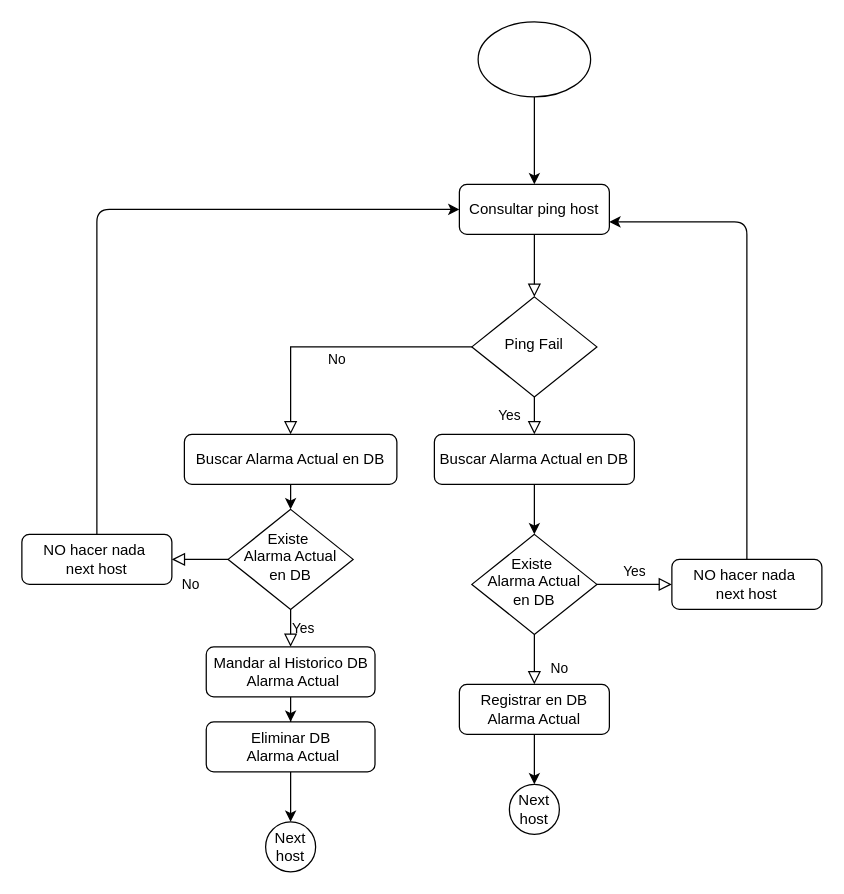
Before: Untitled Diagram.drawio in irvingce-dev/practicando-git, a draw.io diagram. Source tidied: cells renumbered, new cells numbered last; positions are measured from the earlier drawing's top-left corner, leaving out a move shared by most shapes. Both pictures are drawn from the tidied source at 125%, with x=0, y=0 at pixel (21, 21).
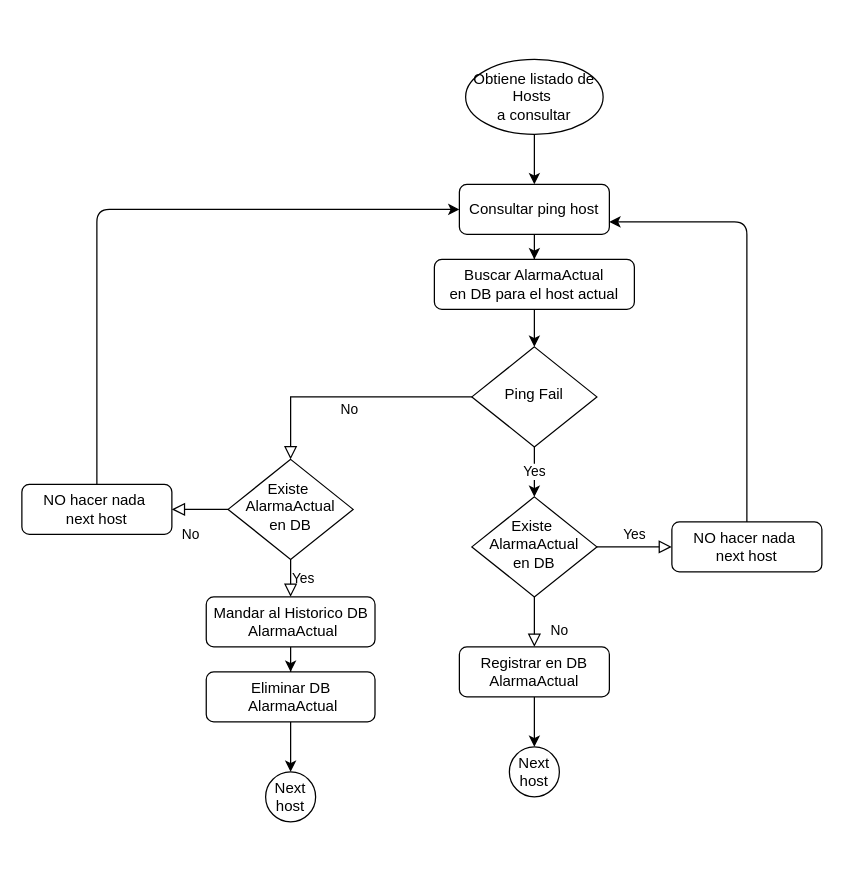
The same page after the edit.

Unchanged cells that the change refers to:
```xml
<mxCell id="3" value="Consultar ping host" style="rounded=1;whiteSpace=wrap;html=1;fontSize=12;glass=0;strokeWidth=1;shadow=0;" parent="1" vertex="1">
  <mxGeometry x="350" y="130" width="120" height="40" as="geometry" />
</mxCell>
```

The edit, as a diff of the source:
```diff
@@
-    <mxCell id="2" style="rounded=0;html=1;jettySize=auto;fontSize=11;endArrow=block;endFill=0;endSize=8;strokeWidth=1;shadow=0;labelBackgroundColor=none;edgeStyle=orthogonalEdgeStyle;" parent="1" edge="1" source="3" target="6">
-      <mxGeometry relative="1" as="geometry" />
-    </mxCell>
@@
+    <mxCell id="5" value="No" style="edgeStyle=orthogonalEdgeStyle;rounded=0;html=1;jettySize=auto;fontSize=11;endArrow=block;endFill=0;endSize=8;strokeWidth=1;shadow=0;labelBackgroundColor=none;entryX=0.5;entryY=0;entryDx=0;entryDy=0;" parent="1" edge="1" source="6" target="16">
+      <mxGeometry y="10" relative="1" as="geometry" />
+    </mxCell>
-    <mxCell id="4" value="Yes" style="rounded=0;html=1;jettySize=auto;fontSize=11;endArrow=block;endFill=0;endSize=8;strokeWidth=1;shadow=0;labelBackgroundColor=none;edgeStyle=orthogonalEdgeStyle;entryX=0.5;entryY=0;entryDx=0;entryDy=0;" parent="1" edge="1" source="6" target="13">
-      <mxGeometry y="20" relative="1" as="geometry" />
+    <mxCell id="4" value="Yes" style="edgeStyle=orthogonalEdgeStyle;rounded=0;jettySize=auto;html=1;" parent="1" edge="1" source="6" target="10">
+      <mxGeometry relative="1" as="geometry" />
     </mxCell>
-    <mxCell id="5" value="No" style="edgeStyle=orthogonalEdgeStyle;rounded=0;html=1;jettySize=auto;fontSize=11;endArrow=block;endFill=0;endSize=8;strokeWidth=1;shadow=0;labelBackgroundColor=none;entryX=0.5;entryY=0;entryDx=0;entryDy=0;" parent="1" edge="1" source="6" target="7">
-      <mxGeometry y="10" relative="1" as="geometry" />
-    </mxCell>
     <mxCell id="6" value="Ping Fail" style="rhombus;whiteSpace=wrap;html=1;shadow=0;fontFamily=Helvetica;fontSize=12;align=center;strokeWidth=1;spacing=6;spacingTop=-4;" parent="1" vertex="1">
-      <mxGeometry x="360" y="220" width="100" height="80" as="geometry" />
+      <mxGeometry x="360" y="260" width="100" height="80" as="geometry" />
     </mxCell>
-    <mxCell id="7" value="Buscar Alarma Actual en DB" style="rounded=1;whiteSpace=wrap;html=1;fontSize=12;glass=0;strokeWidth=1;shadow=0;" parent="1" vertex="1">
-      <mxGeometry x="130" y="330" width="170" height="40" as="geometry" />
-    </mxCell>
@@
-    <mxCell id="10" value="Existe&amp;nbsp;&lt;br&gt;Alarma Actual&lt;br&gt;en DB" style="rhombus;whiteSpace=wrap;html=1;shadow=0;fontFamily=Helvetica;fontSize=12;align=center;strokeWidth=1;spacing=6;spacingTop=-4;" parent="1" vertex="1">
-      <mxGeometry x="360" y="410" width="100" height="80" as="geometry" />
+    <mxCell id="10" value="Existe&amp;nbsp;&lt;br&gt;AlarmaActual&lt;br&gt;en DB" style="rhombus;whiteSpace=wrap;html=1;shadow=0;fontFamily=Helvetica;fontSize=12;align=center;strokeWidth=1;spacing=6;spacingTop=-4;" parent="1" vertex="1">
+      <mxGeometry x="360" y="380" width="100" height="80" as="geometry" />
     </mxCell>
-    <mxCell id="11" value="Registrar en DB Alarma Actual" style="rounded=1;whiteSpace=wrap;html=1;fontSize=12;glass=0;strokeWidth=1;shadow=0;" parent="1" vertex="1">
-      <mxGeometry x="350" y="530" width="120" height="40" as="geometry" />
+    <mxCell id="11" value="Registrar en DB AlarmaActual" style="rounded=1;whiteSpace=wrap;html=1;fontSize=12;glass=0;strokeWidth=1;shadow=0;" parent="1" vertex="1">
+      <mxGeometry x="350" y="500" width="120" height="40" as="geometry" />
     </mxCell>
     <mxCell id="12" value="NO hacer nada&amp;nbsp;&lt;br&gt;next host" style="rounded=1;whiteSpace=wrap;html=1;fontSize=12;glass=0;strokeWidth=1;shadow=0;" parent="1" vertex="1">
-      <mxGeometry x="520" y="430" width="120" height="40" as="geometry" />
+      <mxGeometry x="520" y="400" width="120" height="40" as="geometry" />
     </mxCell>
+    <mxCell id="31" style="edgeStyle=orthogonalEdgeStyle;rounded=0;jettySize=auto;html=1;" parent="1" edge="1" source="3" target="13">
+      <mxGeometry relative="1" as="geometry" />
+    </mxCell>
+    <mxCell id="32" style="edgeStyle=orthogonalEdgeStyle;rounded=0;jettySize=auto;html=1;" parent="1" edge="1" source="13" target="6">
+      <mxGeometry relative="1" as="geometry" />
+    </mxCell>
-    <mxCell id="13" value="Buscar Alarma Actual en DB" style="rounded=1;whiteSpace=wrap;html=1;fontSize=12;glass=0;strokeWidth=1;shadow=0;" parent="1" vertex="1">
-      <mxGeometry x="330" y="330" width="160" height="40" as="geometry" />
+    <mxCell id="13" value="Buscar AlarmaActual &lt;br&gt;en DB para el host actual" style="rounded=1;whiteSpace=wrap;html=1;fontSize=12;glass=0;strokeWidth=1;shadow=0;" parent="1" vertex="1">
+      <mxGeometry x="330" y="190" width="160" height="40" as="geometry" />
     </mxCell>
-    <mxCell id="14" style="endArrow=classic;html=1;entryX=0.5;entryY=0;entryDx=0;entryDy=0;" parent="1" edge="1" source="13" target="10">
-      <mxGeometry relative="1" as="geometry" />
-    </mxCell>
@@
-    <mxCell id="16" value="Existe&amp;nbsp;&lt;br&gt;Alarma Actual&lt;br&gt;en DB" style="rhombus;whiteSpace=wrap;html=1;shadow=0;fontFamily=Helvetica;fontSize=12;align=center;strokeWidth=1;spacing=6;spacingTop=-4;" parent="1" vertex="1">
-      <mxGeometry x="165" y="390" width="100" height="80" as="geometry" />
+    <mxCell id="16" value="Existe&amp;nbsp;&lt;br&gt;AlarmaActual&lt;br&gt;en DB" style="rhombus;whiteSpace=wrap;html=1;shadow=0;fontFamily=Helvetica;fontSize=12;align=center;strokeWidth=1;spacing=6;spacingTop=-4;" parent="1" vertex="1">
+      <mxGeometry x="165" y="350" width="100" height="80" as="geometry" />
     </mxCell>
-    <mxCell id="17" style="endArrow=classic;html=1;entryX=0.5;entryY=0;entryDx=0;entryDy=0;" parent="1" edge="1" source="7" target="16">
-      <mxGeometry relative="1" as="geometry" />
-    </mxCell>
@@
-    <mxCell id="19" value="Mandar al Historico DB&lt;br&gt;&amp;nbsp;Alarma Actual" style="rounded=1;whiteSpace=wrap;html=1;fontSize=12;glass=0;strokeWidth=1;shadow=0;" parent="1" vertex="1">
-      <mxGeometry x="147.5" y="500" width="135" height="40" as="geometry" />
+    <mxCell id="19" value="Mandar al Historico DB&lt;br&gt;&amp;nbsp;AlarmaActual" style="rounded=1;whiteSpace=wrap;html=1;fontSize=12;glass=0;strokeWidth=1;shadow=0;" parent="1" vertex="1">
+      <mxGeometry x="147.5" y="460" width="135" height="40" as="geometry" />
     </mxCell>
@@
-    <mxCell id="21" value="Eliminar DB&lt;br&gt;&amp;nbsp;Alarma Actual" style="rounded=1;whiteSpace=wrap;html=1;fontSize=12;glass=0;strokeWidth=1;shadow=0;" parent="1" vertex="1">
-      <mxGeometry x="147.5" y="560" width="135" height="40" as="geometry" />
+    <mxCell id="21" value="Eliminar DB&lt;br&gt;&amp;nbsp;AlarmaActual" style="rounded=1;whiteSpace=wrap;html=1;fontSize=12;glass=0;strokeWidth=1;shadow=0;" parent="1" vertex="1">
+      <mxGeometry x="147.5" y="520" width="135" height="40" as="geometry" />
     </mxCell>
     <mxCell id="22" value="NO hacer nada&amp;nbsp;&lt;br&gt;next host" style="rounded=1;whiteSpace=wrap;html=1;fontSize=12;glass=0;strokeWidth=1;shadow=0;" parent="1" vertex="1">
-      <mxGeometry y="410" width="120" height="40" as="geometry" />
+      <mxGeometry y="370" width="120" height="40" as="geometry" />
     </mxCell>
@@
     <mxCell id="26" value="Next host" style="ellipse;whiteSpace=wrap;html=1;" parent="1" vertex="1">
-      <mxGeometry x="195" y="640" width="40" height="40" as="geometry" />
+      <mxGeometry x="195" y="600" width="40" height="40" as="geometry" />
     </mxCell>
@@
     <mxCell id="28" value="Next host" style="ellipse;whiteSpace=wrap;html=1;" parent="1" vertex="1">
-      <mxGeometry x="390" y="610" width="40" height="40" as="geometry" />
+      <mxGeometry x="390" y="580" width="40" height="40" as="geometry" />
     </mxCell>
@@
-    <mxCell id="30" style="ellipse;whiteSpace=wrap;html=1;" parent="1" vertex="1">
-      <mxGeometry x="365" width="90" height="60" as="geometry" />
+    <mxCell id="30" value="Obtiene listado de Hosts&amp;nbsp;&lt;br&gt;a consultar" style="ellipse;whiteSpace=wrap;html=1;" parent="1" vertex="1">
+      <mxGeometry x="355" y="30" width="110" height="60" as="geometry" />
     </mxCell>
```
